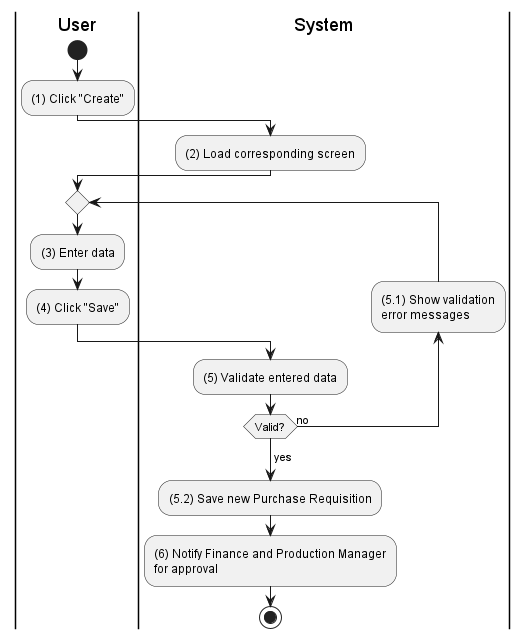
Above: activities/purchase-requisition-create.png in phihungha/scmss-reqs (PlantUML), before the change. Source of this version:
```plantuml
@startuml purchase-requisition-create
|u|User
|s|System

|u|
start
:(1) Click "Create";

|s|
:(2) Load corresponding screen;

|u|
repeat
    :(3) Enter data;
    :(4) Click "Save";
    |s|
    :(5) Validate entered data;
    backward:(5.1) Show validation
    error messages;
repeat while (Valid?) is (no)
->yes;
:(5.2) Save new Purchase Requisition;
:(6) Notify Finance and Production Manager
for approval;
stop
@enduml
```
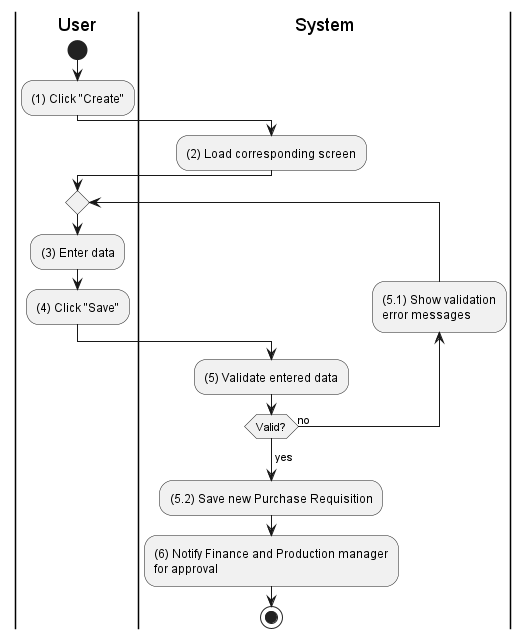
After the change.

Diff of the diagram source:
```diff
@@ -20,7 +20,7 @@
 repeat while (Valid?) is (no)
 ->yes;
 :(5.2) Save new Purchase Requisition;
-:(6) Notify Finance and Production Manager
+:(6) Notify Finance and Production manager
 for approval;
 stop
 @enduml
```
